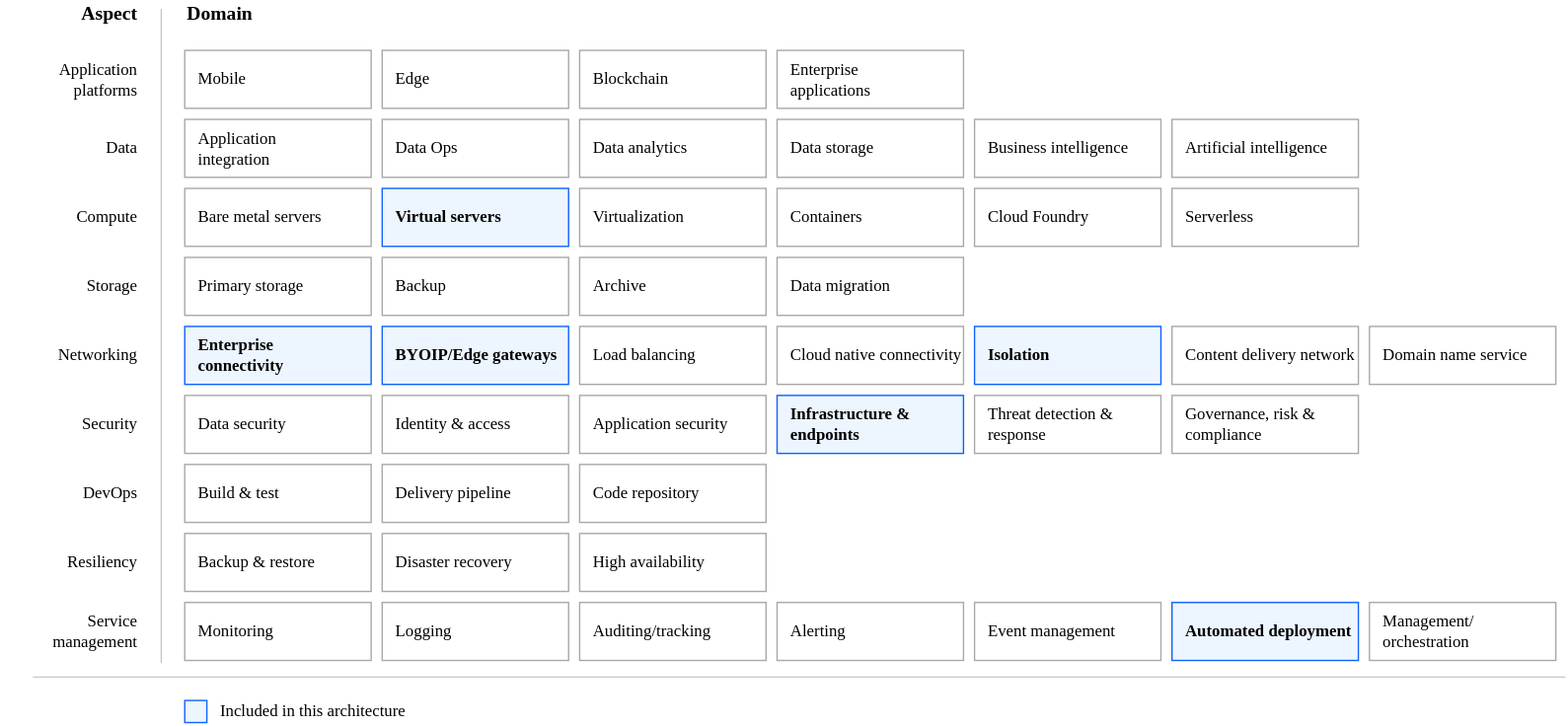
Above: reference-architectures/heat-map-deploy-arch-slz-vsi-quickstart.svg in terraform-ibm-modules/terraform-ibm-landing-zone (draw.io), before the change. Source tidied: cells renumbered, new cells last; positions are measured from the earlier drawing's top-left corner, leaving out a move shared by most shapes.
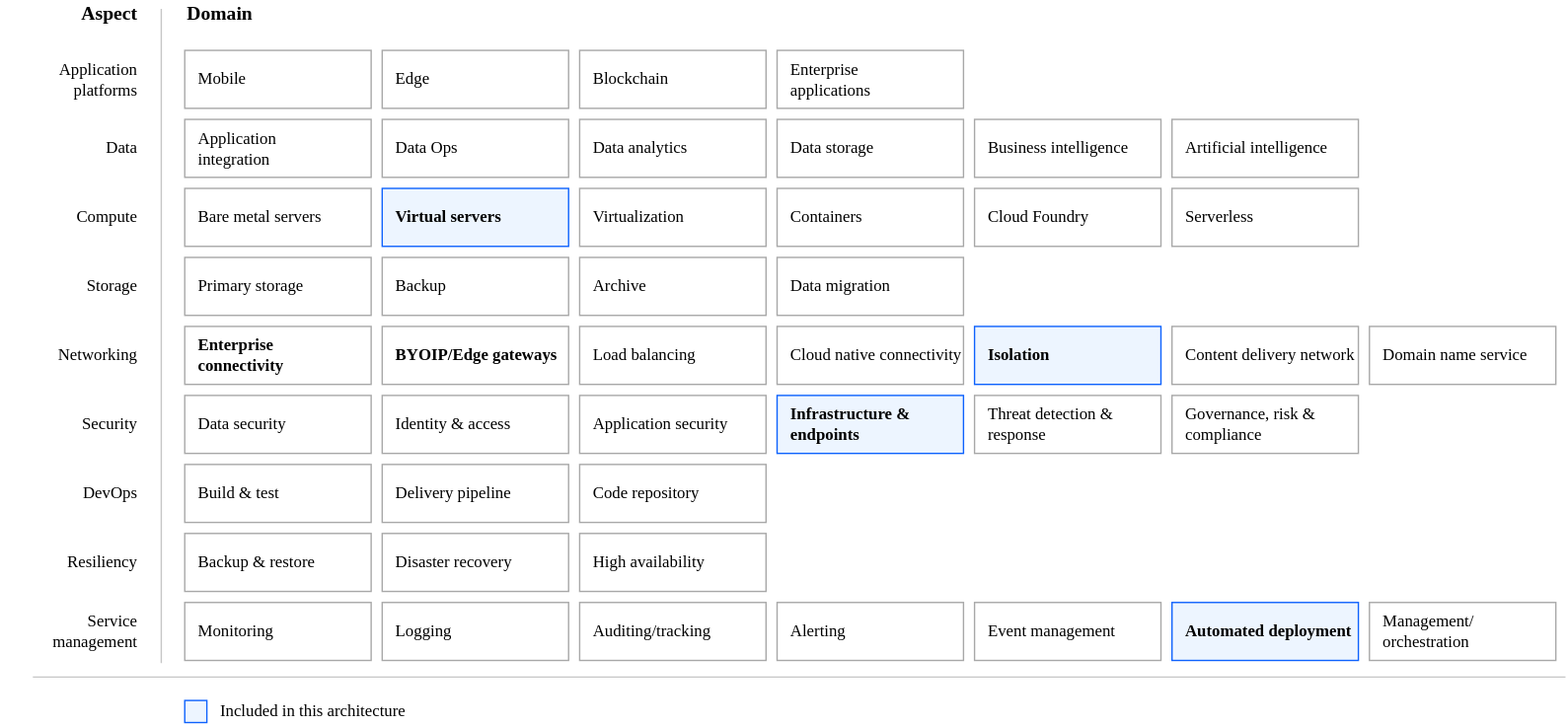
Later version of the same file.

Commit message:
docs: update ref arch

What changed in the source:
```diff
@@ -14,7 +14,7 @@
     <mxCell id="5" value="Primary storage" style="rounded=0;whiteSpace=wrap;html=1;strokeColor=#A8A8A8;align=left;spacingLeft=8;fontFamily=IBM Plex Sans;" parent="1" vertex="1">
       <mxGeometry x="133" y="186" width="135" height="42" as="geometry" />
     </mxCell>
-    <mxCell id="6" value="Enterprise &lt;br&gt;connectivity" style="rounded=0;whiteSpace=wrap;html=1;strokeColor=#0E62FD;align=left;spacingLeft=8;fontFamily=IBM Plex Sans;fillColor=#EDF5FF;fontStyle=1;" parent="1" vertex="1">
+    <mxCell id="6" value="Enterprise &lt;br&gt;connectivity" style="rounded=0;whiteSpace=wrap;html=1;strokeColor=#A8A8A8;align=left;spacingLeft=8;fontFamily=IBM Plex Sans;fillColor=default;fontStyle=1;" parent="1" vertex="1">
       <mxGeometry x="133" y="236" width="135" height="42" as="geometry" />
     </mxCell>
     <mxCell id="7" value="Build &amp;amp; test" style="rounded=0;whiteSpace=wrap;html=1;strokeColor=#A8A8A8;align=left;spacingLeft=8;fontFamily=IBM Plex Sans;" parent="1" vertex="1">
@@ -74,7 +74,7 @@
     <mxCell id="25" value="Data migration" style="rounded=0;whiteSpace=wrap;html=1;strokeColor=#A8A8A8;align=left;spacingLeft=8;fontFamily=IBM Plex Sans;fillColor=default;fontStyle=0;" parent="1" vertex="1">
       <mxGeometry x="562" y="186" width="135" height="42" as="geometry" />
     </mxCell>
-    <mxCell id="26" value="BYOIP/Edge gateways" style="rounded=0;whiteSpace=wrap;html=1;strokeColor=#0E62FD;align=left;spacingLeft=8;fontFamily=IBM Plex Sans;fillColor=#EDF5FF;fontStyle=1;" parent="1" vertex="1">
+    <mxCell id="26" value="BYOIP/Edge gateways" style="rounded=0;whiteSpace=wrap;html=1;strokeColor=#A8A8A8;align=left;spacingLeft=8;fontFamily=IBM Plex Sans;fillColor=default;fontStyle=1;" parent="1" vertex="1">
       <mxGeometry x="276" y="236" width="135" height="42" as="geometry" />
     </mxCell>
     <mxCell id="27" value="Load balancing" style="rounded=0;whiteSpace=wrap;html=1;strokeColor=#A8A8A8;align=left;spacingLeft=8;fontFamily=IBM Plex Sans;fillColor=default;fontStyle=0;" parent="1" vertex="1">
```
